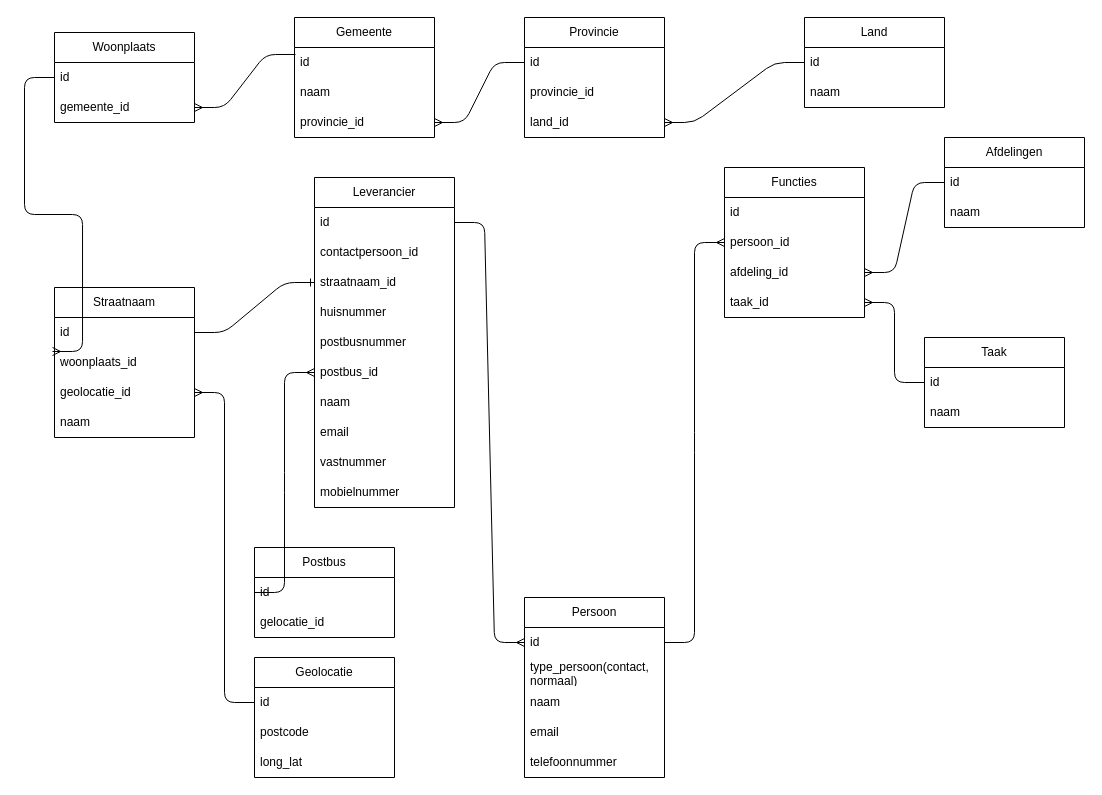
Earlier version of the draw.io diagram relational-data-storage/opdracht-1/DS-opdracht-1-vN.drawio (JaphletM/educom-data-science-1772441523). Source tidied: cells renumbered, new cells numbered last; positions are measured from the earlier drawing's top-left corner, leaving out a move shared by most shapes. Both pictures are drawn from the tidied source at 100%, with x=0, y=0 at pixel (54, 17).
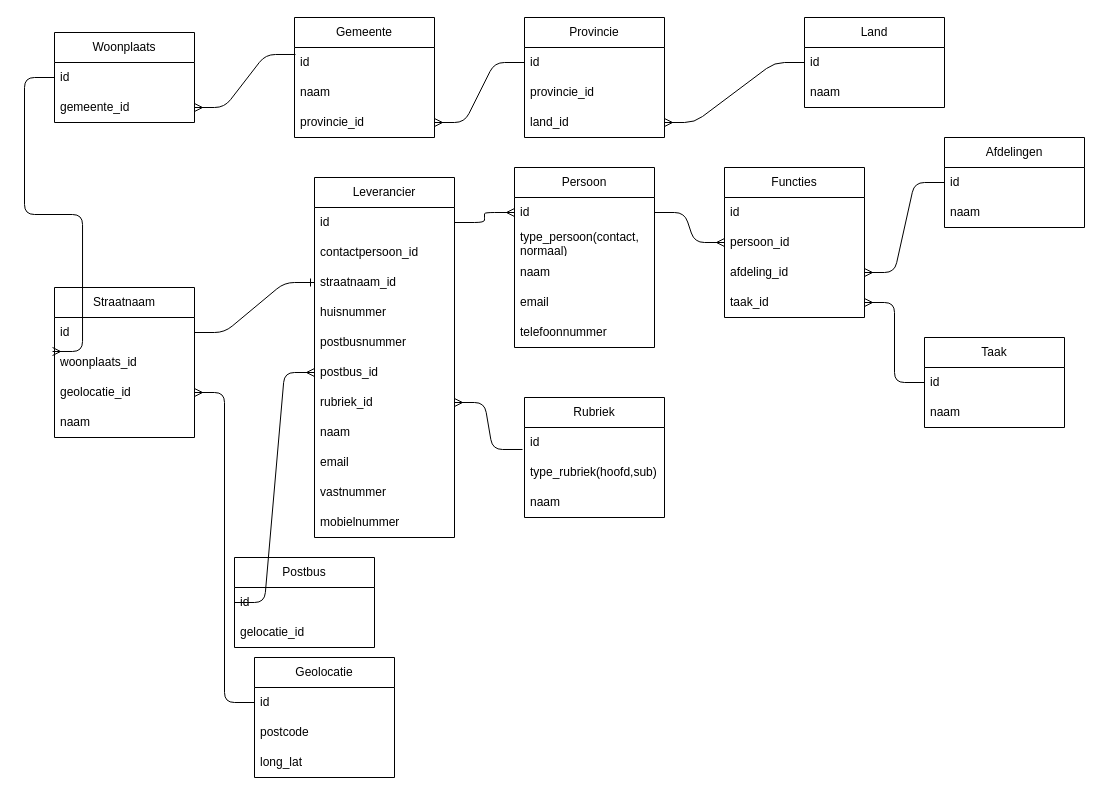
Above is the later version.

Commit message (it also covers changes not shown here):
Opdracht 1. ERD maken van een functionele omschrijving Fixes #2

What changed in the source:
```diff
@@
     <mxCell id="25" value="Leverancier" style="swimlane;fontStyle=0;horizontal=1;startSize=30;whiteSpace=wrap;html=1;" parent="1" vertex="1">
-      <mxGeometry x="260" y="160" width="140" height="330" as="geometry" />
+      <mxGeometry x="260" y="160" width="140" height="360" as="geometry" />
     </mxCell>
@@
+    <mxCell id="67" value="rubriek_id" style="text;strokeColor=none;fillColor=none;align=left;verticalAlign=middle;spacingLeft=4;spacingRight=4;overflow=hidden;points=[[0,0.5],[1,0.5]];portConstraint=eastwest;whiteSpace=wrap;html=1;" parent="25" vertex="1">
+      <mxGeometry y="210" width="140" height="30" as="geometry" />
+    </mxCell>
     <mxCell id="32" value="naam" style="text;strokeColor=none;fillColor=none;align=left;verticalAlign=middle;spacingLeft=4;spacingRight=4;overflow=hidden;whiteSpace=wrap;html=1;" parent="25" vertex="1">
-      <mxGeometry y="210" width="140" height="30" as="geometry" />
+      <mxGeometry y="240" width="140" height="30" as="geometry" />
     </mxCell>
     <mxCell id="33" value="email" style="text;strokeColor=none;fillColor=none;align=left;verticalAlign=middle;spacingLeft=4;spacingRight=4;overflow=hidden;whiteSpace=wrap;html=1;" parent="25" vertex="1">
-      <mxGeometry y="240" width="140" height="30" as="geometry" />
+      <mxGeometry y="270" width="140" height="30" as="geometry" />
     </mxCell>
     <mxCell id="34" value="vastnummer" style="text;strokeColor=none;fillColor=none;align=left;verticalAlign=middle;spacingLeft=4;spacingRight=4;overflow=hidden;whiteSpace=wrap;html=1;" parent="25" vertex="1">
-      <mxGeometry y="270" width="140" height="30" as="geometry" />
+      <mxGeometry y="300" width="140" height="30" as="geometry" />
     </mxCell>
     <mxCell id="35" value="mobielnummer" style="text;strokeColor=none;fillColor=none;align=left;verticalAlign=middle;spacingLeft=4;spacingRight=4;overflow=hidden;whiteSpace=wrap;html=1;" parent="25" vertex="1">
-      <mxGeometry y="300" width="140" height="30" as="geometry" />
+      <mxGeometry y="330" width="140" height="30" as="geometry" />
     </mxCell>
     <mxCell id="36" value="Persoon" style="swimlane;fontStyle=0;horizontal=1;startSize=30;whiteSpace=wrap;html=1;" parent="1" vertex="1">
-      <mxGeometry x="470" y="580" width="140" height="180" as="geometry" />
+      <mxGeometry x="460" y="150" width="140" height="180" as="geometry" />
     </mxCell>
@@
     <mxCell id="52" value="Postbus" style="swimlane;fontStyle=0;horizontal=1;startSize=30;whiteSpace=wrap;html=1;" parent="1" vertex="1">
-      <mxGeometry x="200" y="530" width="140" height="90" as="geometry" />
+      <mxGeometry x="180" y="540" width="140" height="90" as="geometry" />
     </mxCell>
@@
+    <mxCell id="68" value="Rubriek" style="swimlane;fontStyle=0;horizontal=1;startSize=30;whiteSpace=wrap;html=1;" parent="1" vertex="1">
+      <mxGeometry x="470" y="380" width="140" height="120" as="geometry" />
+    </mxCell>
+    <mxCell id="69" value="id" style="text;strokeColor=none;fillColor=none;align=left;verticalAlign=middle;spacingLeft=4;spacingRight=4;overflow=hidden;points=[[0,0.5],[1,0.5]];portConstraint=eastwest;whiteSpace=wrap;html=1;" parent="68" vertex="1">
+      <mxGeometry y="30" width="140" height="30" as="geometry" />
+    </mxCell>
+    <mxCell id="70" value="type_rubriek(hoofd,sub)" style="text;strokeColor=none;fillColor=none;align=left;verticalAlign=middle;spacingLeft=4;spacingRight=4;overflow=hidden;whiteSpace=wrap;html=1;" parent="68" vertex="1">
+      <mxGeometry y="60" width="140" height="30" as="geometry" />
+    </mxCell>
+    <mxCell id="71" value="naam" style="text;strokeColor=none;fillColor=none;align=left;verticalAlign=middle;spacingLeft=4;spacingRight=4;overflow=hidden;whiteSpace=wrap;html=1;" parent="68" vertex="1">
+      <mxGeometry y="90" width="140" height="30" as="geometry" />
+    </mxCell>
+    <mxCell id="72" style="edgeStyle=entityRelationEdgeStyle;fontSize=12;html=1;endArrow=ERmany;exitX=-0.014;exitY=0.733;exitDx=0;exitDy=0;entryX=1;entryY=0.5;entryDx=0;entryDy=0;exitPerimeter=0;" parent="1" edge="1" source="69" target="67">
+      <mxGeometry relative="1" as="geometry" />
+    </mxCell>
```
